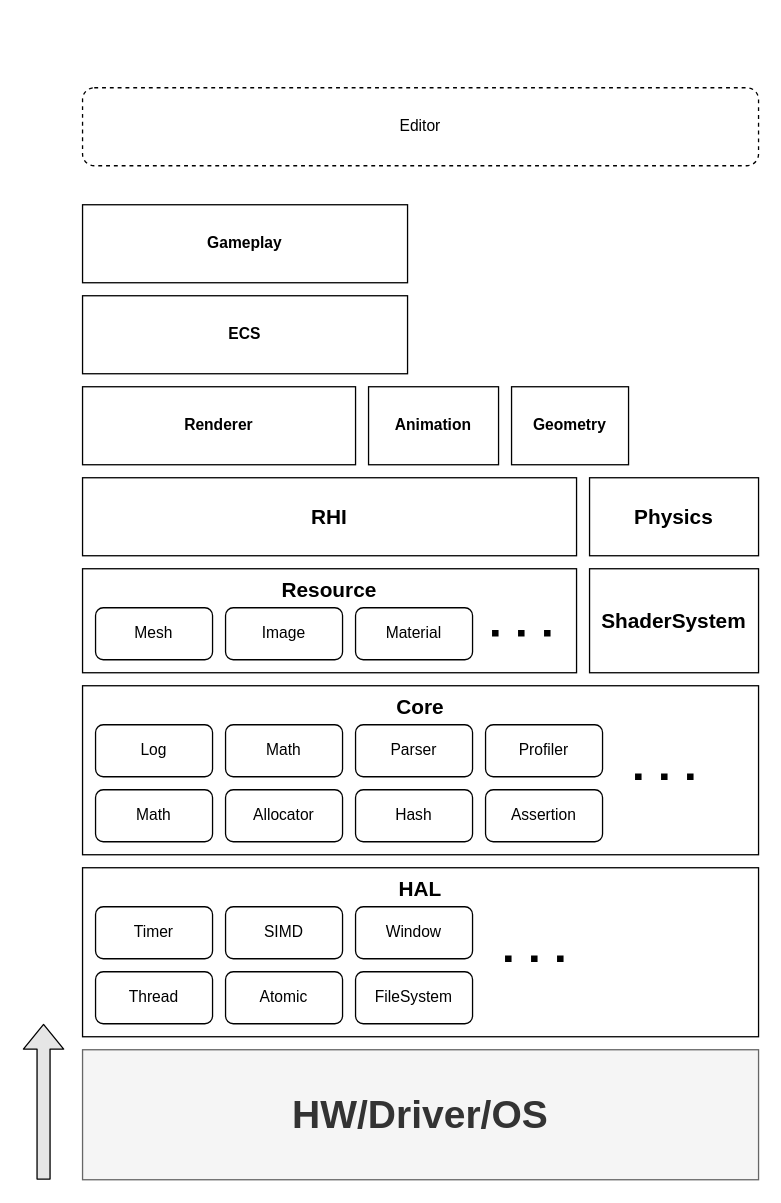
This is Documents/Layer.drawio from Hamsik2rang/HSMR, a draw.io file, before an edit. Source tidied: cells renumbered, new cells numbered last; positions are measured from the earlier drawing's top-left corner, leaving out a move shared by most shapes. Both pictures are drawn from the tidied source at 130%, with x=0, y=0 at pixel (43, 87).
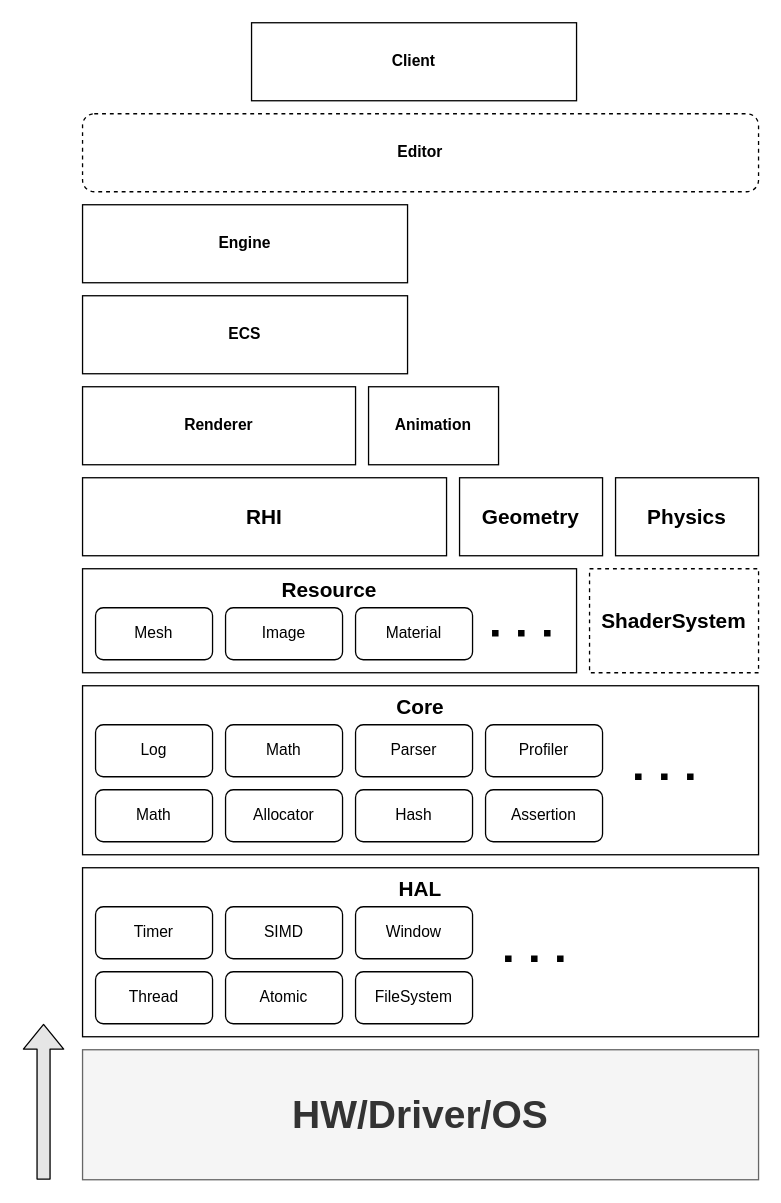
Above is the later version.

Change to the diagram source:
```diff
@@
-    <mxCell id="5" value="ShaderSystem" style="rounded=0;whiteSpace=wrap;html=1;fontStyle=1;fontSize=16;" parent="1" vertex="1">
+    <mxCell id="5" value="ShaderSystem" style="rounded=0;whiteSpace=wrap;html=1;fontStyle=1;fontSize=16;dashed=1;" parent="1" vertex="1">
       <mxGeometry x="420" y="370" width="130" height="80" as="geometry" />
     </mxCell>
     <mxCell id="6" value="RHI" style="rounded=0;whiteSpace=wrap;html=1;strokeColor=default;fontSize=16;fontStyle=1;verticalAlign=middle;" parent="1" vertex="1">
-      <mxGeometry x="30" y="300" width="380" height="60" as="geometry" />
+      <mxGeometry x="30" y="300" width="280" height="60" as="geometry" />
     </mxCell>
@@
     <mxCell id="9" value="Physics" style="rounded=0;whiteSpace=wrap;html=1;fontStyle=1;fontSize=16;verticalAlign=middle;" parent="1" vertex="1">
-      <mxGeometry x="420" y="300" width="130" height="60" as="geometry" />
+      <mxGeometry x="440" y="300" width="110" height="60" as="geometry" />
     </mxCell>
@@
-    <mxCell id="11" value="Editor" style="rounded=1;whiteSpace=wrap;html=1;dashed=1;" parent="1" vertex="1">
-      <mxGeometry x="30" width="520" height="60" as="geometry" />
+    <mxCell id="11" value="&lt;b&gt;Editor&lt;/b&gt;" style="rounded=1;whiteSpace=wrap;html=1;dashed=1;" parent="1" vertex="1">
+      <mxGeometry x="30" y="20" width="520" height="60" as="geometry" />
     </mxCell>
-    <mxCell id="12" value="Geometry" style="rounded=0;whiteSpace=wrap;html=1;fontStyle=1;" parent="1" vertex="1">
-      <mxGeometry x="360" y="230" width="90" height="60" as="geometry" />
+    <mxCell id="12" value="&lt;font style=&quot;font-size: 16px;&quot;&gt;Geometry&lt;/font&gt;" style="rounded=0;whiteSpace=wrap;html=1;fontStyle=1;" parent="1" vertex="1">
+      <mxGeometry x="320" y="300" width="110" height="60" as="geometry" />
     </mxCell>
@@
-    <mxCell id="35" value="Gameplay" style="rounded=0;whiteSpace=wrap;html=1;fontStyle=1;" parent="1" vertex="1">
+    <mxCell id="35" value="Engine" style="rounded=0;whiteSpace=wrap;html=1;fontStyle=1;" parent="1" vertex="1">
       <mxGeometry x="30" y="90" width="250" height="60" as="geometry" />
     </mxCell>
+    <mxCell id="36" value="Client" style="rounded=0;whiteSpace=wrap;html=1;fontStyle=1;" parent="1" vertex="1">
+      <mxGeometry x="160" y="-50" width="250" height="60" as="geometry" />
+    </mxCell>
```
